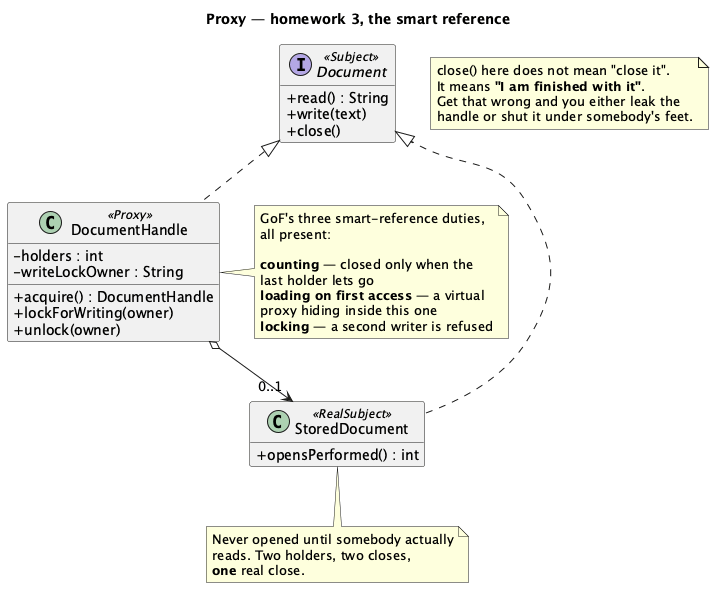
Before: src/main/java/dev/kaldiroglu/dp/structural/proxy/hw/vault/uml/Proxy - Vault (Homework) - Class Diagram.png, a diagram exported from PlantUML (kaldiroglu/DesignPatternsWithJava). The source it was exported from:
```plantuml
@startuml "Proxy - Vault (Homework) - Class Diagram"
skinparam classAttributeIconSize 0
hide empty members
title Proxy — homework 3, the smart reference


interface Document <<Subject>> {
  + read() : String
  + write(text)
  + close()
}

class StoredDocument <<RealSubject>> {
  + opensPerformed() : int
}

class DocumentHandle <<Proxy>> {
  - holders : int
  - writeLockOwner : String
  + acquire() : DocumentHandle
  + lockForWriting(owner)
  + unlock(owner)
}

Document <|.. StoredDocument
Document <|.. DocumentHandle
DocumentHandle o--> "0..1" StoredDocument

note right of DocumentHandle
  GoF's three smart-reference duties,
  all present:

  <b>counting</b> — closed only when the
  last holder lets go
  <b>loading on first access</b> — a virtual
  proxy hiding inside this one
  <b>locking</b> — a second writer is refused
end note

note bottom of StoredDocument
  Never opened until somebody actually
  reads. Two holders, two closes,
  <b>one</b> real close.
end note

note as N1
  close() here does not mean "close it".
  It means <b>"I am finished with it"</b>.
  Get that wrong and you either leak the
  handle or shut it under somebody's feet.
end note

@enduml
```
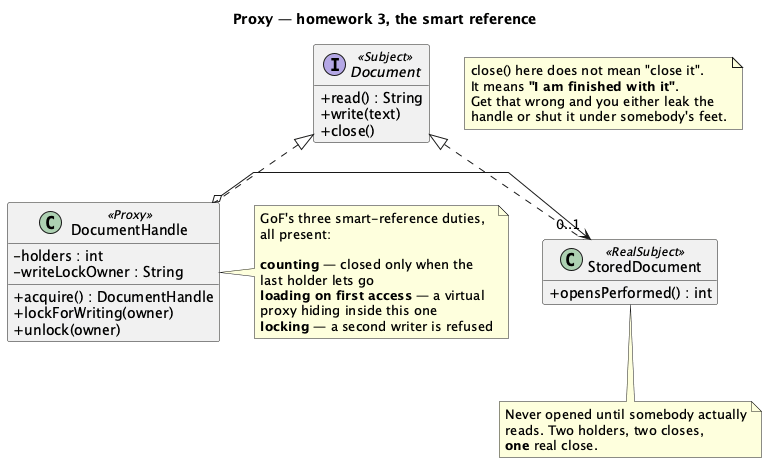
Above is the later version.

Diff of the diagram source:
```diff
@@ -1,4 +1,5 @@
-@startuml "Proxy - Vault (Homework) - Class Diagram"
+@startuml
+skinparam linetype polyline
 skinparam classAttributeIconSize 0
 hide empty members
 title Proxy — homework 3, the smart reference
@@ -24,7 +25,6 @@
 
 Document <|.. StoredDocument
 Document <|.. DocumentHandle
-DocumentHandle o--> "0..1" StoredDocument
 
 note right of DocumentHandle
   GoF's three smart-reference duties,
@@ -50,4 +50,5 @@
   handle or shut it under somebody's feet.
 end note
 
+DocumentHandle o-[norank]-> "0..1" StoredDocument
 @enduml
```
